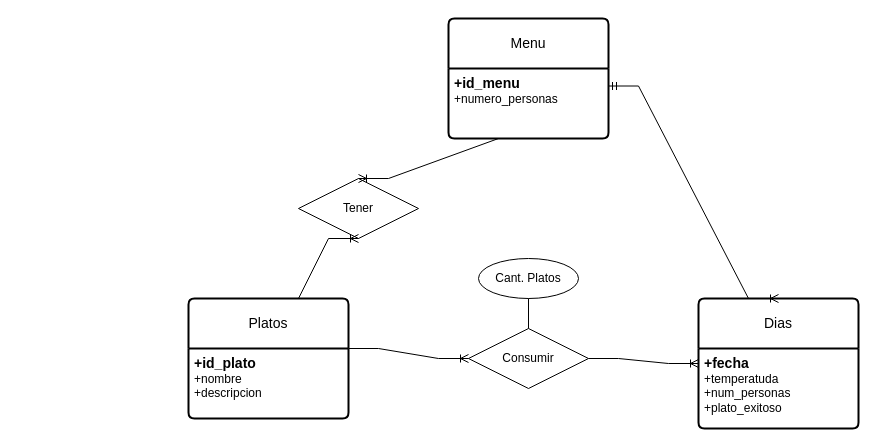
Before: ejercicio15.drawio in AsierGArranz/aga-sru-sa-t-UD12DiagramaER-11102023, a draw.io diagram. Source tidied: cells renumbered, new cells numbered last; positions are measured from the earlier drawing's top-left corner, leaving out a move shared by most shapes. Both pictures are drawn from the tidied source at 100%, with x=0, y=0 at pixel (188, 18).
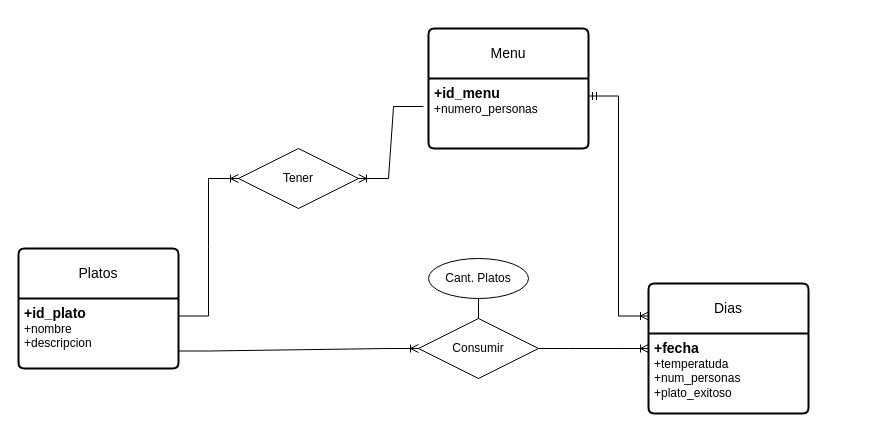
The same diagram, later.

What changed in the source:
```diff
@@
 <mxGraphModel>
   <root>
     <mxCell id="0" />
     <mxCell id="1" parent="0" />
     <mxCell id="2" value="Menu" style="swimlane;horizontal=1;startSize=50;rounded=1;fontSize=14;fontStyle=0;strokeWidth=2;shadow=0;dashed=0;align=center;arcSize=4;whiteSpace=wrap;html=1;" parent="1" vertex="1">
-      <mxGeometry x="260" width="160" height="120" as="geometry" />
+      <mxGeometry x="240" y="10" width="160" height="120" as="geometry" />
     </mxCell>
     <mxCell id="3" value="&lt;font style=&quot;font-size: 14px;&quot;&gt;&lt;b&gt;+id_menu&lt;/b&gt;&lt;/font&gt;&lt;br&gt;+numero_personas" style="align=left;strokeColor=none;fillColor=none;spacingLeft=4;fontSize=12;verticalAlign=top;html=1;" parent="2" vertex="1">
       <mxGeometry y="50" width="160" height="70" as="geometry" />
     </mxCell>
     <mxCell id="4" value="Tener" style="shape=rhombus;perimeter=rhombusPerimeter;whiteSpace=wrap;html=1;align=center;" parent="1" vertex="1">
-      <mxGeometry x="110" y="160" width="120" height="60" as="geometry" />
+      <mxGeometry x="50" y="130" width="120" height="60" as="geometry" />
     </mxCell>
     <mxCell id="5" value="Platos" style="swimlane;horizontal=1;startSize=50;rounded=1;fontSize=14;fontStyle=0;strokeWidth=2;shadow=0;dashed=0;align=center;arcSize=4;whiteSpace=wrap;html=1;" parent="1" vertex="1">
-      <mxGeometry y="280" width="160" height="120" as="geometry" />
+      <mxGeometry x="-170" y="230" width="160" height="120" as="geometry" />
     </mxCell>
     <mxCell id="6" value="&lt;font style=&quot;font-size: 14px;&quot;&gt;&lt;b&gt;+id_plato&lt;/b&gt;&lt;/font&gt;&lt;br&gt;+nombre&lt;br&gt;+descripcion" style="align=left;strokeColor=none;fillColor=none;spacingLeft=4;fontSize=12;verticalAlign=top;html=1;" parent="5" vertex="1">
       <mxGeometry y="50" width="160" height="70" as="geometry" />
     </mxCell>
     <mxCell id="7" value="Dias" style="swimlane;horizontal=1;startSize=50;rounded=1;fontSize=14;fontStyle=0;strokeWidth=2;shadow=0;dashed=0;align=center;arcSize=4;whiteSpace=wrap;html=1;" parent="1" vertex="1">
-      <mxGeometry x="510" y="280" width="160" height="130" as="geometry" />
+      <mxGeometry x="460" y="265" width="160" height="130" as="geometry" />
     </mxCell>
     <mxCell id="8" value="&lt;font style=&quot;font-size: 14px;&quot;&gt;&lt;b&gt;+fecha&lt;br&gt;&lt;/b&gt;&lt;/font&gt;+temperatuda&lt;br&gt;+num_personas&lt;br&gt;+plato_exitoso" style="align=left;strokeColor=none;fillColor=none;spacingLeft=4;fontSize=12;verticalAlign=top;html=1;" parent="7" vertex="1">
       <mxGeometry y="50" width="160" height="80" as="geometry" />
     </mxCell>
     <mxCell id="9" value="Consumir" style="shape=rhombus;perimeter=rhombusPerimeter;whiteSpace=wrap;html=1;align=center;" parent="1" vertex="1">
-      <mxGeometry x="280" y="310" width="120" height="60" as="geometry" />
+      <mxGeometry x="230" y="300" width="120" height="60" as="geometry" />
     </mxCell>
     <mxCell id="10" value="Cant. Platos" style="ellipse;whiteSpace=wrap;html=1;align=center;" parent="1" vertex="1">
-      <mxGeometry x="290" y="240" width="100" height="40" as="geometry" />
+      <mxGeometry x="240" y="240" width="100" height="40" as="geometry" />
     </mxCell>
-    <mxCell id="11" style="edgeStyle=entityRelationEdgeStyle;fontSize=12;html=1;endArrow=ERoneToMany;rounded=0;exitX=0.5;exitY=1;exitDx=0;exitDy=0;entryX=0.5;entryY=0;entryDx=0;entryDy=0;" parent="1" edge="1" source="3" target="4">
+    <mxCell id="11" style="edgeStyle=entityRelationEdgeStyle;fontSize=12;html=1;endArrow=ERoneToMany;rounded=0;exitX=-0.031;exitY=0.4;exitDx=0;exitDy=0;entryX=1;entryY=0.5;entryDx=0;entryDy=0;exitPerimeter=0;" parent="1" edge="1" source="3" target="4">
       <mxGeometry relative="1" as="geometry" />
     </mxCell>
-    <mxCell id="12" style="edgeStyle=entityRelationEdgeStyle;fontSize=12;html=1;endArrow=ERoneToMany;rounded=0;exitX=0.5;exitY=0;exitDx=0;exitDy=0;entryX=0.5;entryY=1;entryDx=0;entryDy=0;" parent="1" edge="1" source="5" target="4">
+    <mxCell id="12" style="edgeStyle=entityRelationEdgeStyle;fontSize=12;html=1;endArrow=ERoneToMany;rounded=0;exitX=1;exitY=0.25;exitDx=0;exitDy=0;entryX=0;entryY=0.5;entryDx=0;entryDy=0;" parent="1" edge="1" source="6" target="4">
       <mxGeometry relative="1" as="geometry" />
     </mxCell>
-    <mxCell id="13" style="edgeStyle=entityRelationEdgeStyle;fontSize=12;html=1;endArrow=ERoneToMany;rounded=0;exitX=1;exitY=0;exitDx=0;exitDy=0;entryX=0;entryY=0.5;entryDx=0;entryDy=0;" parent="1" edge="1" source="6" target="9">
+    <mxCell id="13" style="edgeStyle=entityRelationEdgeStyle;fontSize=12;html=1;endArrow=ERoneToMany;rounded=0;entryX=0;entryY=0.5;entryDx=0;entryDy=0;exitX=1;exitY=0.75;exitDx=0;exitDy=0;" parent="1" edge="1" source="6" target="9">
       <mxGeometry relative="1" as="geometry" />
     </mxCell>
     <mxCell id="14" style="edgeStyle=entityRelationEdgeStyle;fontSize=12;html=1;endArrow=ERoneToMany;rounded=0;entryX=0;entryY=0.5;entryDx=0;entryDy=0;exitX=1;exitY=0.5;exitDx=0;exitDy=0;" parent="1" edge="1" source="9" target="7">
       <mxGeometry relative="1" as="geometry">
         <Array as="points">
           <mxPoint x="410" y="500" />
         </Array>
       </mxGeometry>
     </mxCell>
     <mxCell id="15" style="endArrow=none;html=1;rounded=0;exitX=0.5;exitY=1;exitDx=0;exitDy=0;entryX=0.5;entryY=0;entryDx=0;entryDy=0;" parent="1" edge="1" source="10" target="9">
       <mxGeometry relative="1" as="geometry" />
     </mxCell>
-    <mxCell id="16" style="edgeStyle=entityRelationEdgeStyle;fontSize=12;html=1;endArrow=ERoneToMany;startArrow=ERmandOne;rounded=0;entryX=0.5;entryY=0;entryDx=0;entryDy=0;exitX=1;exitY=0.25;exitDx=0;exitDy=0;" parent="1" edge="1" source="3" target="7">
+    <mxCell id="16" style="edgeStyle=entityRelationEdgeStyle;fontSize=12;html=1;endArrow=ERoneToMany;startArrow=ERmandOne;rounded=0;entryX=0;entryY=0.25;entryDx=0;entryDy=0;exitX=1;exitY=0.25;exitDx=0;exitDy=0;" parent="1" edge="1" source="3" target="7">
       <mxGeometry relative="1" as="geometry" />
     </mxCell>
   </root>
 </mxGraphModel>
```
